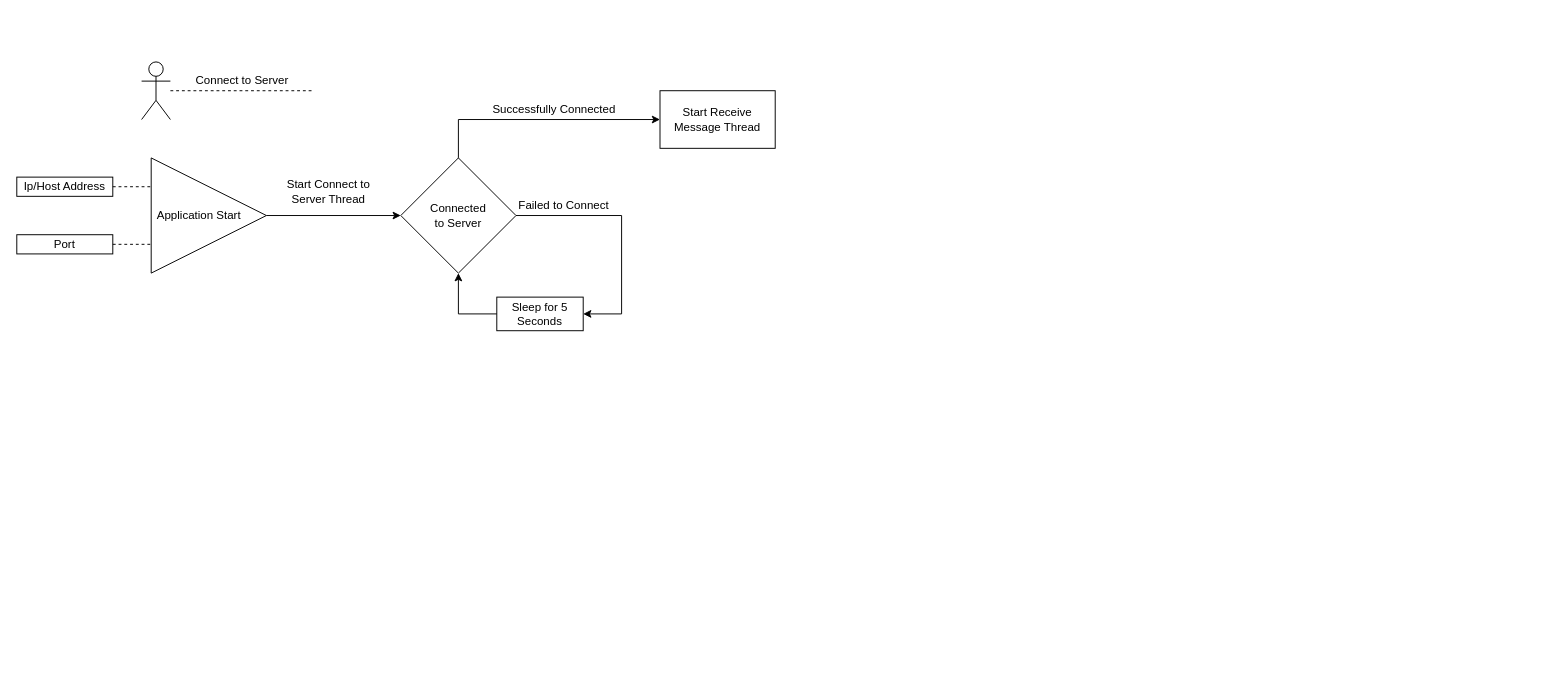
Earlier version of the draw.io diagram Untitled Diagram.drawio (Ashley-Sands/comp260-worksheet-1). Source tidied: cells renumbered, new cells numbered last; positions are measured from the earlier drawing's top-left corner, leaving out a move shared by most shapes. Both pictures are drawn from the tidied source at 96%, with x=0, y=0 at pixel (16, 61).
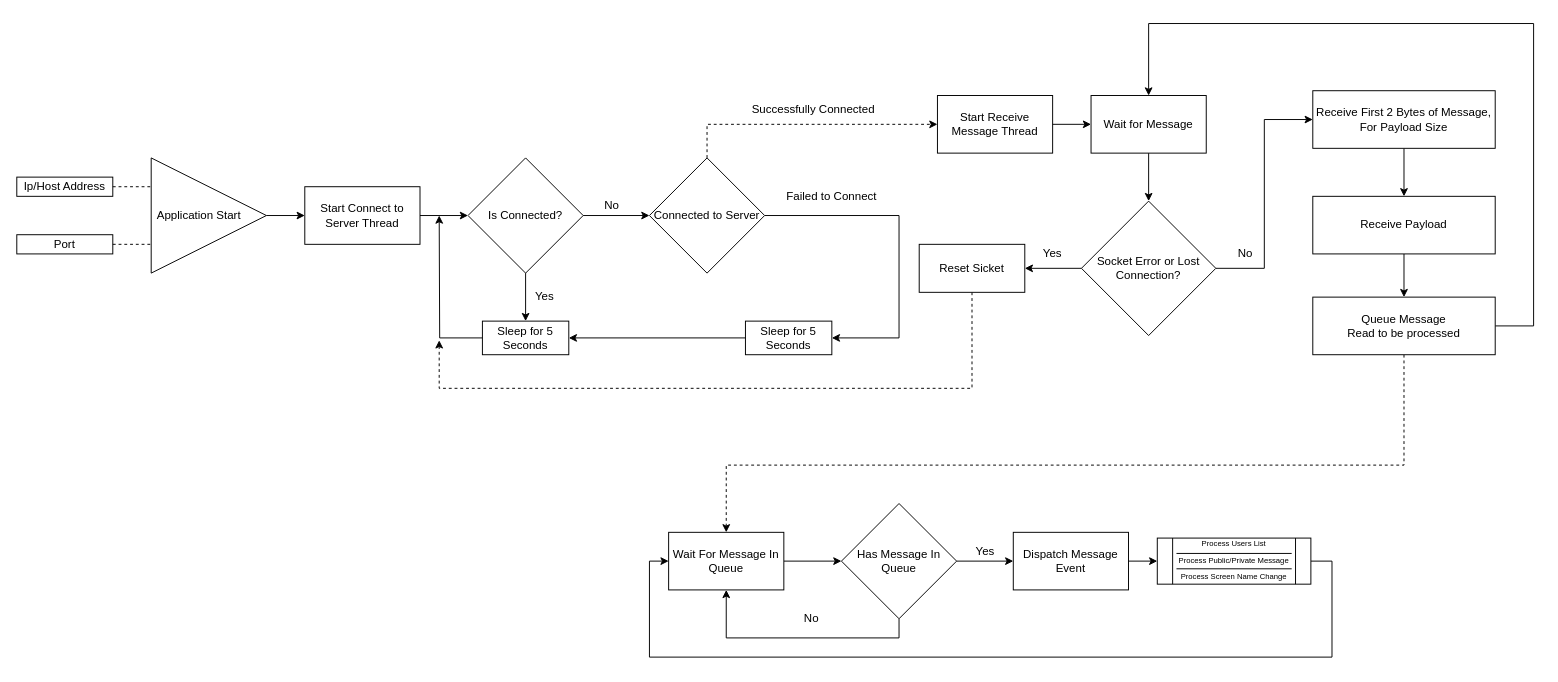
The same diagram, later.

Unchanged cells that the change refers to:
```xml
<mxCell id="5" style="triangle;whiteSpace=wrap;html=1;" parent="1" vertex="1">
  <mxGeometry x="140" y="100" width="120" height="120" as="geometry" />
</mxCell>
```

What changed in the source:
```diff
@@
-    <mxCell id="2" style="shape=umlActor;verticalLabelPosition=bottom;labelBackgroundColor=#ffffff;verticalAlign=top;html=1;outlineConnect=0;" parent="1" vertex="1">
-      <mxGeometry x="130" width="30" height="60" as="geometry" />
-    </mxCell>
-    <mxCell id="3" style="endArrow=none;dashed=1;html=1;" parent="1" edge="1" source="2">
-      <mxGeometry relative="1" as="geometry">
-        <mxPoint x="310" y="30" as="targetPoint" />
-      </mxGeometry>
-    </mxCell>
-    <mxCell id="4" value="Connect to Server" style="text;html=1;strokeColor=none;fillColor=none;align=center;verticalAlign=middle;whiteSpace=wrap;rounded=0;" parent="1" vertex="1">
-      <mxGeometry x="180" y="10" width="110" height="20" as="geometry" />
-    </mxCell>
@@
     <mxCell id="13" style="endArrow=classic;html=1;exitX=1;exitY=0.5;exitDx=0;exitDy=0;" parent="1" edge="1" source="5">
       <mxGeometry relative="1" as="geometry">
-        <mxPoint x="400" y="160" as="targetPoint" />
+        <mxPoint x="300" y="160" as="targetPoint" />
       </mxGeometry>
     </mxCell>
-    <mxCell id="14" value="Start Connect to Server Thread" style="text;html=1;strokeColor=none;fillColor=none;align=center;verticalAlign=middle;whiteSpace=wrap;rounded=0;" parent="1" vertex="1">
-      <mxGeometry x="270" y="120" width="110" height="30" as="geometry" />
-    </mxCell>
-    <mxCell id="15" style="edgeStyle=orthogonalEdgeStyle;rounded=0;jettySize=auto;html=1;" parent="1" edge="1" source="16">
+    <mxCell id="15" style="edgeStyle=orthogonalEdgeStyle;rounded=0;jettySize=auto;html=1;entryX=0;entryY=0.5;entryDx=0;entryDy=0;exitX=0.5;exitY=0;exitDx=0;exitDy=0;dashed=1;" parent="1" edge="1" source="17" target="25">
       <mxGeometry relative="1" as="geometry">
-        <mxPoint x="670" y="60" as="targetPoint" />
         <Array as="points">
-          <mxPoint x="460" y="60" />
-          <mxPoint x="520" y="60" />
+          <mxPoint x="719" y="65" />
         </Array>
       </mxGeometry>
     </mxCell>
-    <mxCell id="16" style="rhombus;whiteSpace=wrap;html=1;" parent="1" vertex="1">
-      <mxGeometry x="400" y="100" width="120" height="120" as="geometry" />
-    </mxCell>
-    <mxCell id="17" value="Connected to Server" style="text;html=1;strokeColor=none;fillColor=none;align=center;verticalAlign=middle;whiteSpace=wrap;rounded=0;" parent="1" vertex="1">
-      <mxGeometry x="430" y="130" width="60" height="60" as="geometry" />
-    </mxCell>
-    <mxCell id="18" style="endArrow=classic;html=1;exitX=1;exitY=0.5;exitDx=0;exitDy=0;edgeStyle=orthogonalEdgeStyle;elbow=vertical;rounded=0;entryX=1;entryY=0.5;entryDx=0;entryDy=0;" parent="1" edge="1" source="16" target="21">
-      <mxGeometry relative="1" as="geometry">
-        <Array as="points">
-          <mxPoint x="630" y="160" />
-          <mxPoint x="630" y="262" />
-        </Array>
-      </mxGeometry>
-    </mxCell>
     <mxCell id="19" style="rounded=0;whiteSpace=wrap;html=1;" parent="1" vertex="1">
-      <mxGeometry x="500" y="245" width="90" height="35" as="geometry" />
+      <mxGeometry x="759" y="270" width="90" height="35" as="geometry" />
     </mxCell>
-    <mxCell id="20" style="edgeStyle=orthogonalEdgeStyle;rounded=0;jettySize=auto;html=1;entryX=0.5;entryY=1;entryDx=0;entryDy=0;exitX=0;exitY=0.5;exitDx=0;exitDy=0;" parent="1" edge="1" source="21" target="16">
+    <mxCell id="20" style="edgeStyle=orthogonalEdgeStyle;rounded=0;jettySize=auto;html=1;entryX=1;entryY=0.5;entryDx=0;entryDy=0;exitX=0;exitY=0.5;exitDx=0;exitDy=0;" parent="1" edge="1" source="21" target="49">
       <mxGeometry relative="1" as="geometry" />
     </mxCell>
     <mxCell id="21" value="Sleep for 5 Seconds" style="text;html=1;strokeColor=none;fillColor=none;align=center;verticalAlign=middle;whiteSpace=wrap;rounded=0;" parent="1" vertex="1">
-      <mxGeometry x="500" y="245" width="90" height="35" as="geometry" />
+      <mxGeometry x="759" y="270" width="90" height="35" as="geometry" />
     </mxCell>
     <mxCell id="22" value="Failed to Connect" style="text;html=1;strokeColor=none;fillColor=none;align=center;verticalAlign=middle;whiteSpace=wrap;rounded=0;" parent="1" vertex="1">
-      <mxGeometry x="520" y="140" width="100" height="20" as="geometry" />
+      <mxGeometry x="799" y="130" width="100" height="20" as="geometry" />
     </mxCell>
     <mxCell id="23" value="Successfully Connected" style="text;html=1;strokeColor=none;fillColor=none;align=center;verticalAlign=middle;whiteSpace=wrap;rounded=0;" parent="1" vertex="1">
-      <mxGeometry x="480" y="40" width="160" height="20" as="geometry" />
+      <mxGeometry x="750" y="40" width="160" height="20" as="geometry" />
     </mxCell>
     <mxCell id="24" style="rounded=0;whiteSpace=wrap;html=1;" parent="1" vertex="1">
-      <mxGeometry x="670" y="30" width="120" height="60" as="geometry" />
+      <mxGeometry x="959" y="35" width="120" height="60" as="geometry" />
     </mxCell>
+    <mxCell id="26" style="edgeStyle=orthogonalEdgeStyle;rounded=0;jettySize=auto;html=1;entryX=0;entryY=0.5;entryDx=0;entryDy=0;" parent="1" edge="1" source="25" target="28">
+      <mxGeometry relative="1" as="geometry" />
+    </mxCell>
     <mxCell id="25" value="Start Receive Message Thread" style="text;html=1;strokeColor=none;fillColor=none;align=center;verticalAlign=middle;whiteSpace=wrap;rounded=0;" parent="1" vertex="1">
-      <mxGeometry x="670" y="30" width="120" height="60" as="geometry" />
+      <mxGeometry x="959" y="35" width="120" height="60" as="geometry" />
     </mxCell>
+    <mxCell id="27" style="edgeStyle=orthogonalEdgeStyle;rounded=0;jettySize=auto;html=1;entryX=0.5;entryY=0;entryDx=0;entryDy=0;" parent="1" edge="1" source="28" target="31">
+      <mxGeometry relative="1" as="geometry" />
+    </mxCell>
+    <mxCell id="28" value="Wait for Message" style="rounded=0;whiteSpace=wrap;html=1;" parent="1" vertex="1">
+      <mxGeometry x="1119" y="35" width="120" height="60" as="geometry" />
+    </mxCell>
+    <mxCell id="29" style="edgeStyle=orthogonalEdgeStyle;rounded=0;jettySize=auto;html=1;entryX=0;entryY=0.5;entryDx=0;entryDy=0;" parent="1" edge="1" source="31" target="33">
+      <mxGeometry relative="1" as="geometry" />
+    </mxCell>
+    <mxCell id="30" style="edgeStyle=orthogonalEdgeStyle;rounded=0;jettySize=auto;html=1;entryX=1;entryY=0.5;entryDx=0;entryDy=0;" parent="1" edge="1" source="31" target="52">
+      <mxGeometry relative="1" as="geometry" />
+    </mxCell>
+    <mxCell id="31" value="Socket Error or Lost Connection?" style="rhombus;whiteSpace=wrap;html=1;" parent="1" vertex="1">
+      <mxGeometry x="1109" y="145" width="140" height="140" as="geometry" />
+    </mxCell>
+    <mxCell id="32" style="edgeStyle=orthogonalEdgeStyle;rounded=0;jettySize=auto;html=1;" parent="1" edge="1" source="33" target="35">
+      <mxGeometry relative="1" as="geometry" />
+    </mxCell>
+    <mxCell id="33" value="Receive First 2 Bytes of Message, For Payload Size" style="rounded=0;whiteSpace=wrap;html=1;" parent="1" vertex="1">
+      <mxGeometry x="1350" y="30" width="190" height="60" as="geometry" />
+    </mxCell>
+    <mxCell id="34" style="edgeStyle=orthogonalEdgeStyle;rounded=0;jettySize=auto;html=1;" parent="1" edge="1" source="35" target="38">
+      <mxGeometry relative="1" as="geometry" />
+    </mxCell>
+    <mxCell id="35" value="Receive Payload" style="rounded=0;whiteSpace=wrap;html=1;" parent="1" vertex="1">
+      <mxGeometry x="1350" y="140" width="190" height="60" as="geometry" />
+    </mxCell>
+    <mxCell id="36" style="edgeStyle=orthogonalEdgeStyle;rounded=0;jettySize=auto;html=1;entryX=0.5;entryY=0;entryDx=0;entryDy=0;" parent="1" edge="1" source="38" target="28">
+      <mxGeometry relative="1" as="geometry">
+        <Array as="points">
+          <mxPoint x="1580" y="275" />
+          <mxPoint x="1580" y="-40" />
+          <mxPoint x="1179" y="-40" />
+        </Array>
+      </mxGeometry>
+    </mxCell>
+    <mxCell id="37" style="edgeStyle=orthogonalEdgeStyle;rounded=0;jettySize=auto;html=1;startSize=28;entryX=0.5;entryY=0;entryDx=0;entryDy=0;dashed=1;" parent="1" edge="1" source="38" target="54">
+      <mxGeometry relative="1" as="geometry">
+        <Array as="points">
+          <mxPoint x="1445" y="420" />
+          <mxPoint x="739" y="420" />
+        </Array>
+      </mxGeometry>
+    </mxCell>
+    <mxCell id="38" value="Queue Message&lt;br&gt;Read to be processed" style="rounded=0;whiteSpace=wrap;html=1;" parent="1" vertex="1">
+      <mxGeometry x="1350" y="245" width="190" height="60" as="geometry" />
+    </mxCell>
+    <mxCell id="39" value="Yes" style="text;html=1;strokeColor=none;fillColor=none;align=center;verticalAlign=middle;whiteSpace=wrap;rounded=0;" parent="1" vertex="1">
+      <mxGeometry x="1059" y="190" width="40" height="20" as="geometry" />
+    </mxCell>
+    <mxCell id="40" value="No" style="text;html=1;strokeColor=none;fillColor=none;align=center;verticalAlign=middle;whiteSpace=wrap;rounded=0;" parent="1" vertex="1">
+      <mxGeometry x="1260" y="190" width="40" height="20" as="geometry" />
+    </mxCell>
+    <mxCell id="41" style="edgeStyle=orthogonalEdgeStyle;rounded=0;jettySize=auto;html=1;entryX=0;entryY=0.5;entryDx=0;entryDy=0;" parent="1" edge="1" source="43" target="17">
+      <mxGeometry relative="1" as="geometry" />
+    </mxCell>
+    <mxCell id="42" style="edgeStyle=orthogonalEdgeStyle;rounded=0;jettySize=auto;html=1;entryX=0.5;entryY=0;entryDx=0;entryDy=0;" parent="1" edge="1" source="43" target="49">
+      <mxGeometry relative="1" as="geometry" />
+    </mxCell>
+    <mxCell id="43" value="Is Connected?" style="rhombus;whiteSpace=wrap;html=1;" parent="1" vertex="1">
+      <mxGeometry x="470" y="100" width="120" height="120" as="geometry" />
+    </mxCell>
+    <mxCell id="44" style="edgeStyle=orthogonalEdgeStyle;rounded=0;jettySize=auto;html=1;entryX=0;entryY=0.5;entryDx=0;entryDy=0;" parent="1" edge="1" source="14" target="43">
+      <mxGeometry relative="1" as="geometry" />
+    </mxCell>
+    <mxCell id="14" value="&lt;span style=&quot;white-space: normal&quot;&gt;Start Connect to Server Thread&lt;/span&gt;" style="rounded=0;whiteSpace=wrap;html=1;" parent="1" vertex="1">
+      <mxGeometry x="300" y="130" width="120" height="60" as="geometry" />
+    </mxCell>
+    <mxCell id="45" style="edgeStyle=orthogonalEdgeStyle;rounded=0;jettySize=auto;html=1;entryX=1;entryY=0.5;entryDx=0;entryDy=0;" parent="1" edge="1" source="17" target="21">
+      <mxGeometry relative="1" as="geometry">
+        <Array as="points">
+          <mxPoint x="919" y="160" />
+          <mxPoint x="919" y="288" />
+        </Array>
+      </mxGeometry>
+    </mxCell>
+    <mxCell id="17" value="Connected to Server" style="rhombus;whiteSpace=wrap;html=1;" parent="1" vertex="1">
+      <mxGeometry x="659" y="100" width="120" height="120" as="geometry" />
+    </mxCell>
+    <mxCell id="46" value="No" style="text;html=1;strokeColor=none;fillColor=none;align=center;verticalAlign=middle;whiteSpace=wrap;rounded=0;" parent="1" vertex="1">
+      <mxGeometry x="600" y="140" width="40" height="20" as="geometry" />
+    </mxCell>
+    <mxCell id="47" style="rounded=0;whiteSpace=wrap;html=1;" parent="1" vertex="1">
+      <mxGeometry x="485" y="270" width="90" height="35" as="geometry" />
+    </mxCell>
+    <mxCell id="48" style="edgeStyle=orthogonalEdgeStyle;rounded=0;jettySize=auto;html=1;" parent="1" edge="1" source="49">
+      <mxGeometry relative="1" as="geometry">
+        <mxPoint x="440" y="160" as="targetPoint" />
+      </mxGeometry>
+    </mxCell>
+    <mxCell id="49" value="Sleep for 5 Seconds" style="text;html=1;strokeColor=none;fillColor=none;align=center;verticalAlign=middle;whiteSpace=wrap;rounded=0;" parent="1" vertex="1">
+      <mxGeometry x="485" y="270" width="90" height="35" as="geometry" />
+    </mxCell>
+    <mxCell id="50" value="Yes" style="text;html=1;strokeColor=none;fillColor=none;align=center;verticalAlign=middle;whiteSpace=wrap;rounded=0;" parent="1" vertex="1">
+      <mxGeometry x="530" y="235" width="40" height="20" as="geometry" />
+    </mxCell>
+    <mxCell id="51" style="edgeStyle=orthogonalEdgeStyle;rounded=0;jettySize=auto;html=1;exitX=0.5;exitY=1;exitDx=0;exitDy=0;dashed=1;" parent="1" edge="1" source="52">
+      <mxGeometry relative="1" as="geometry">
+        <mxPoint x="440" y="290" as="targetPoint" />
+        <Array as="points">
+          <mxPoint x="995" y="340" />
+          <mxPoint x="440" y="340" />
+        </Array>
+      </mxGeometry>
+    </mxCell>
+    <mxCell id="52" value="Reset Sicket" style="rounded=0;whiteSpace=wrap;html=1;" parent="1" vertex="1">
+      <mxGeometry x="940" y="190" width="110" height="50" as="geometry" />
+    </mxCell>
+    <mxCell id="53" style="edgeStyle=orthogonalEdgeStyle;rounded=0;jettySize=auto;html=1;exitX=1;exitY=0.5;exitDx=0;exitDy=0;" parent="1" edge="1" source="54" target="57">
+      <mxGeometry relative="1" as="geometry" />
+    </mxCell>
+    <mxCell id="54" value="Wait For Message In Queue" style="rounded=0;whiteSpace=wrap;html=1;" parent="1" vertex="1">
+      <mxGeometry x="679" y="490" width="120" height="60" as="geometry" />
+    </mxCell>
+    <mxCell id="55" style="edgeStyle=orthogonalEdgeStyle;rounded=0;jettySize=auto;html=1;exitX=0.5;exitY=1;exitDx=0;exitDy=0;entryX=0.5;entryY=1;entryDx=0;entryDy=0;" parent="1" edge="1" source="57" target="54">
+      <mxGeometry relative="1" as="geometry" />
+    </mxCell>
+    <mxCell id="56" style="edgeStyle=orthogonalEdgeStyle;rounded=0;jettySize=auto;html=1;exitX=1;exitY=0.5;exitDx=0;exitDy=0;entryX=0;entryY=0.5;entryDx=0;entryDy=0;" parent="1" edge="1" source="57" target="61">
+      <mxGeometry relative="1" as="geometry" />
+    </mxCell>
+    <mxCell id="57" value="Has Message In Queue" style="rhombus;whiteSpace=wrap;html=1;" parent="1" vertex="1">
+      <mxGeometry x="859" y="460" width="120" height="120" as="geometry" />
+    </mxCell>
+    <mxCell id="58" value="No" style="text;html=1;strokeColor=none;fillColor=none;align=center;verticalAlign=middle;whiteSpace=wrap;rounded=0;" parent="1" vertex="1">
+      <mxGeometry x="808" y="570" width="40" height="20" as="geometry" />
+    </mxCell>
+    <mxCell id="59" style="edgeStyle=orthogonalEdgeStyle;rounded=0;jettySize=auto;html=1;entryX=0;entryY=0.5;entryDx=0;entryDy=0;exitX=1;exitY=0.5;exitDx=0;exitDy=0;" parent="1" edge="1" source="64" target="54">
+      <mxGeometry relative="1" as="geometry">
+        <Array as="points">
+          <mxPoint x="1370" y="520" />
+          <mxPoint x="1370" y="620" />
+          <mxPoint x="659" y="620" />
+          <mxPoint x="659" y="520" />
+        </Array>
+      </mxGeometry>
+    </mxCell>
+    <mxCell id="60" style="edgeStyle=orthogonalEdgeStyle;rounded=0;jettySize=auto;html=1;exitX=1;exitY=0.5;exitDx=0;exitDy=0;startSize=28;entryX=0;entryY=0.5;entryDx=0;entryDy=0;" parent="1" edge="1" source="61" target="64">
+      <mxGeometry relative="1" as="geometry" />
+    </mxCell>
+    <mxCell id="61" value="Dispatch Message Event" style="rounded=0;whiteSpace=wrap;html=1;" parent="1" vertex="1">
+      <mxGeometry x="1038" y="490" width="120" height="60" as="geometry" />
+    </mxCell>
+    <mxCell id="62" value="Yes" style="text;html=1;strokeColor=none;fillColor=none;align=center;verticalAlign=middle;whiteSpace=wrap;rounded=0;" parent="1" vertex="1">
+      <mxGeometry x="989" y="500" width="40" height="20" as="geometry" />
+    </mxCell>
+    <mxCell id="63" style="group;" parent="1" vertex="1">
+      <mxGeometry x="1188" y="496" width="160" height="48" as="geometry" />
+    </mxCell>
+    <mxCell id="64" style="shape=process;whiteSpace=wrap;html=1;backgroundOutline=1;rounded=0;shadow=0;glass=0;comic=0;startSize=28;" parent="63" vertex="1">
+      <mxGeometry width="160" height="48" as="geometry" />
+    </mxCell>
+    <mxCell id="65" value="&lt;font style=&quot;font-size: 8px&quot;&gt;Process Users List&lt;/font&gt;" style="text;html=1;strokeColor=none;fillColor=none;align=center;verticalAlign=middle;whiteSpace=wrap;rounded=0;shadow=0;glass=0;comic=0;startSize=28;" parent="63" vertex="1">
+      <mxGeometry x="10" width="140" height="10" as="geometry" />
+    </mxCell>
+    <mxCell id="66" value="&lt;font style=&quot;font-size: 8px&quot;&gt;Process Public/Private Message&lt;/font&gt;" style="text;html=1;strokeColor=none;fillColor=none;align=center;verticalAlign=middle;whiteSpace=wrap;rounded=0;shadow=0;glass=0;comic=0;startSize=28;" parent="63" vertex="1">
+      <mxGeometry x="10" y="17" width="140" height="10" as="geometry" />
+    </mxCell>
+    <mxCell id="67" value="&lt;font style=&quot;font-size: 8px&quot;&gt;Process Screen Name Change&lt;/font&gt;" style="text;html=1;strokeColor=none;fillColor=none;align=center;verticalAlign=middle;whiteSpace=wrap;rounded=0;shadow=0;glass=0;comic=0;startSize=28;" parent="63" vertex="1">
+      <mxGeometry x="10" y="34" width="140" height="10" as="geometry" />
+    </mxCell>
+    <mxCell id="68" style="endArrow=none;html=1;" parent="63" edge="1">
+      <mxGeometry relative="1" as="geometry">
+        <mxPoint x="20" y="16" as="sourcePoint" />
+        <mxPoint x="140" y="16" as="targetPoint" />
+      </mxGeometry>
+    </mxCell>
+    <mxCell id="69" style="endArrow=none;html=1;" parent="63" edge="1">
+      <mxGeometry relative="1" as="geometry">
+        <mxPoint x="20" y="32" as="sourcePoint" />
+        <mxPoint x="140" y="32" as="targetPoint" />
+      </mxGeometry>
+    </mxCell>
```
